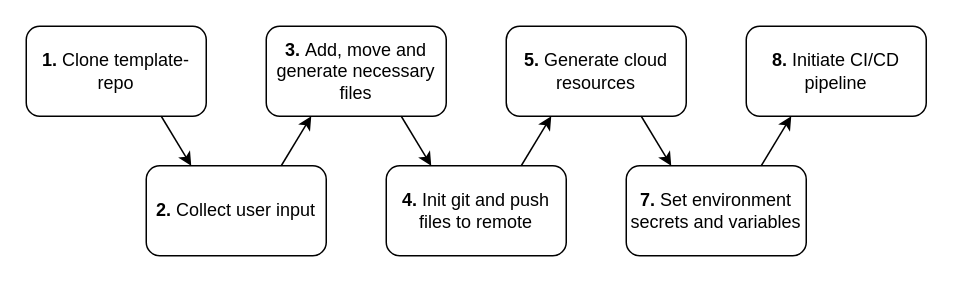
oscarmarcussen/master_diagram keeps this draw.io diagram as use_case_activity_diagram.drawio. Above is the earlier version. Source tidied: cells renumbered, new cells numbered last; positions are measured from the earlier drawing's top-left corner, leaving out a move shared by most shapes. Both pictures are drawn from the tidied source at 150%, with x=0, y=0 at pixel (26, 26).
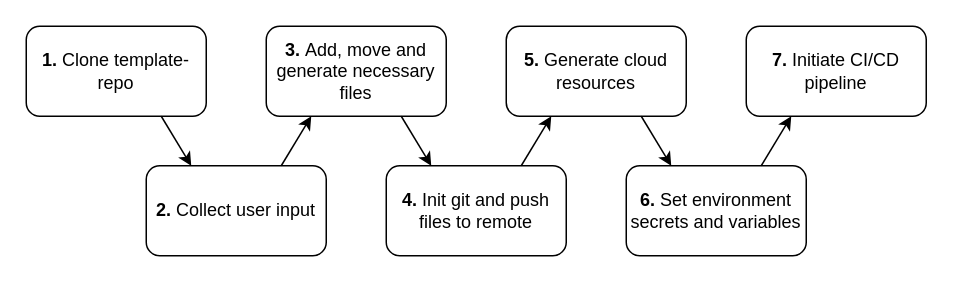
Above is the later version.

What changed in the source:
```diff
@@
 <mxGraphModel>
   <root>
     <mxCell id="0" />
     <mxCell id="1" parent="0" />
     <mxCell id="2" value="&lt;b&gt;1. &lt;/b&gt;Clone template-repo" style="rounded=1;whiteSpace=wrap;html=1;" parent="1" vertex="1">
       <mxGeometry width="120" height="60" as="geometry" />
     </mxCell>
     <mxCell id="3" value="&lt;b&gt;2. &lt;/b&gt;Collect user input" style="rounded=1;whiteSpace=wrap;html=1;" parent="1" vertex="1">
       <mxGeometry x="80" y="93" width="120" height="60" as="geometry" />
     </mxCell>
     <mxCell id="4" value="&lt;b&gt;3.&lt;/b&gt;&amp;nbsp;Add, move and generate necessary files" style="rounded=1;whiteSpace=wrap;html=1;" parent="1" vertex="1">
       <mxGeometry x="160" width="120" height="60" as="geometry" />
     </mxCell>
     <mxCell id="5" value="&lt;b&gt;4. &lt;/b&gt;Init git and push files to remote" style="rounded=1;whiteSpace=wrap;html=1;" parent="1" vertex="1">
       <mxGeometry x="240" y="93" width="120" height="60" as="geometry" />
     </mxCell>
     <mxCell id="6" value="&lt;b&gt;5.&lt;/b&gt; Generate cloud resources" style="rounded=1;whiteSpace=wrap;html=1;" parent="1" vertex="1">
       <mxGeometry x="320" width="120" height="60" as="geometry" />
     </mxCell>
-    <mxCell id="7" value="&lt;b&gt;7.&lt;/b&gt;&amp;nbsp;Set environment secrets and variables" style="rounded=1;whiteSpace=wrap;html=1;" parent="1" vertex="1">
+    <mxCell id="7" value="&lt;b&gt;6.&lt;/b&gt;&amp;nbsp;Set environment secrets and variables" style="rounded=1;whiteSpace=wrap;html=1;" parent="1" vertex="1">
       <mxGeometry x="400" y="93" width="120" height="60" as="geometry" />
     </mxCell>
-    <mxCell id="8" value="&lt;b&gt;8. &lt;/b&gt;Initiate&amp;nbsp;CI/CD pipeline" style="rounded=1;whiteSpace=wrap;html=1;" parent="1" vertex="1">
+    <mxCell id="8" value="&lt;b&gt;7. &lt;/b&gt;Initiate&amp;nbsp;CI/CD pipeline" style="rounded=1;whiteSpace=wrap;html=1;" parent="1" vertex="1">
       <mxGeometry x="480" width="120" height="60" as="geometry" />
     </mxCell>
     <mxCell id="9" style="endArrow=classic;html=1;rounded=0;exitX=0.75;exitY=0;exitDx=0;exitDy=0;entryX=0.25;entryY=1;entryDx=0;entryDy=0;" parent="1" edge="1" source="3" target="4">
       <mxGeometry relative="1" as="geometry" />
     </mxCell>
     <mxCell id="10" style="endArrow=classic;html=1;rounded=0;exitX=0.75;exitY=1;exitDx=0;exitDy=0;entryX=0.25;entryY=0;entryDx=0;entryDy=0;" parent="1" edge="1" source="2" target="3">
       <mxGeometry relative="1" as="geometry" />
     </mxCell>
     <mxCell id="11" style="endArrow=classic;html=1;rounded=0;exitX=0.75;exitY=1;exitDx=0;exitDy=0;entryX=0.25;entryY=0;entryDx=0;entryDy=0;" parent="1" edge="1">
       <mxGeometry relative="1" as="geometry">
         <mxPoint x="250" y="60" as="sourcePoint" />
         <mxPoint x="270" y="93" as="targetPoint" />
       </mxGeometry>
     </mxCell>
     <mxCell id="12" style="endArrow=classic;html=1;rounded=0;exitX=0.75;exitY=0;exitDx=0;exitDy=0;entryX=0.25;entryY=1;entryDx=0;entryDy=0;" parent="1" edge="1">
       <mxGeometry relative="1" as="geometry">
         <mxPoint x="330" y="93" as="sourcePoint" />
         <mxPoint x="350" y="60" as="targetPoint" />
       </mxGeometry>
     </mxCell>
     <mxCell id="13" style="endArrow=classic;html=1;rounded=0;exitX=0.75;exitY=1;exitDx=0;exitDy=0;entryX=0.25;entryY=0;entryDx=0;entryDy=0;" parent="1" edge="1">
       <mxGeometry relative="1" as="geometry">
         <mxPoint x="410" y="60" as="sourcePoint" />
         <mxPoint x="430" y="93" as="targetPoint" />
       </mxGeometry>
     </mxCell>
     <mxCell id="14" style="endArrow=classic;html=1;rounded=0;exitX=0.75;exitY=0;exitDx=0;exitDy=0;entryX=0.25;entryY=1;entryDx=0;entryDy=0;" parent="1" edge="1">
       <mxGeometry relative="1" as="geometry">
         <mxPoint x="490" y="93" as="sourcePoint" />
         <mxPoint x="510" y="60" as="targetPoint" />
       </mxGeometry>
     </mxCell>
   </root>
 </mxGraphModel>
```
